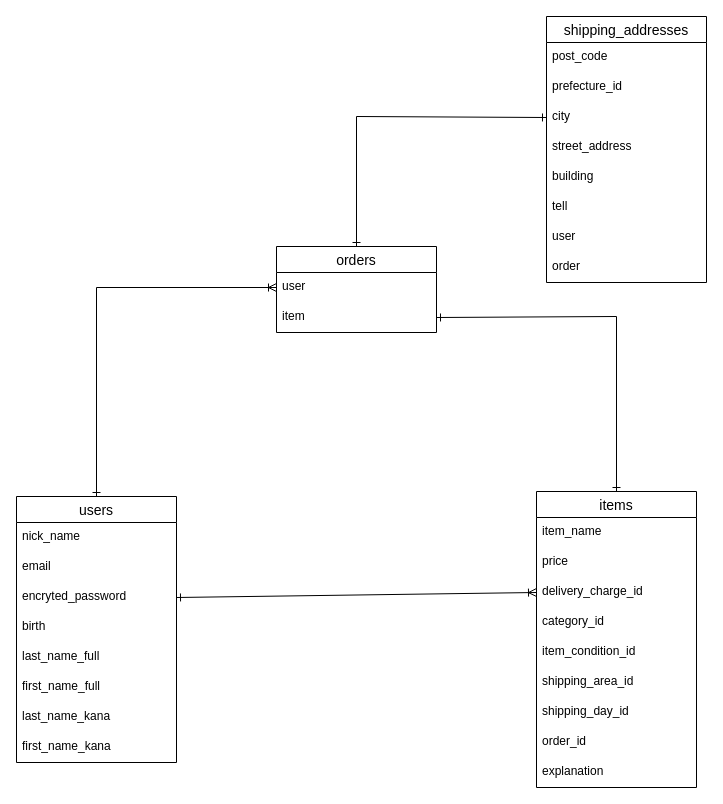
Earlier version of the draw.io diagram furima.dio (sayo1718/furima-39208). Source tidied: cells renumbered, new cells numbered last; positions are measured from the earlier drawing's top-left corner, leaving out a move shared by most shapes. Both pictures are drawn from the tidied source at 100%, with x=0, y=0 at pixel (16, 16).
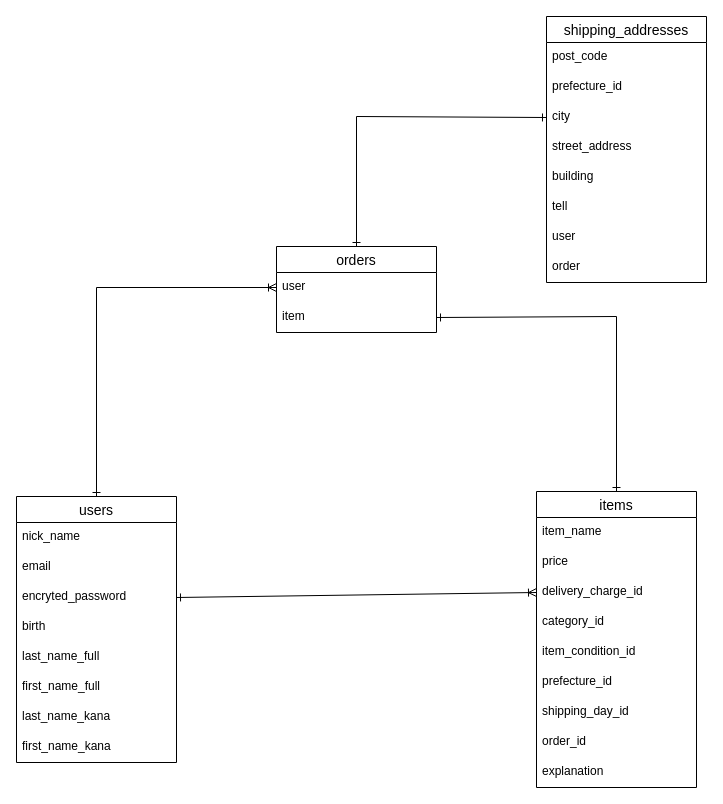
Above is the later version.

The change refers to these unchanged cells:
```xml
<mxCell id="13" value="items" style="swimlane;fontStyle=0;horizontal=1;startSize=26;align=center;fontSize=14;" parent="1" vertex="1">
  <mxGeometry x="520" y="475" width="160" height="296" as="geometry" />
</mxCell>
```

What changed in the source:
```diff
@@
-    <mxCell id="19" value="shipping_area_id" style="text;strokeColor=none;fillColor=none;spacingLeft=4;spacingRight=4;overflow=hidden;fontSize=12;" parent="13" vertex="1">
+    <mxCell id="19" value="prefecture_id" style="text;strokeColor=none;fillColor=none;spacingLeft=4;spacingRight=4;overflow=hidden;fontSize=12;" parent="13" vertex="1">
       <mxGeometry y="176" width="160" height="30" as="geometry" />
     </mxCell>
```
